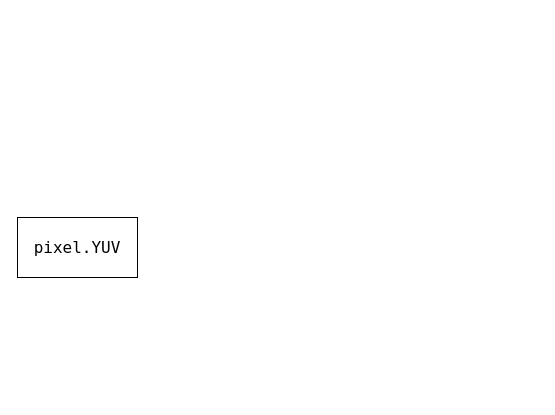
Earlier version of the draw.io diagram XML/ZTE_VCM_SR.drawio (Joeyrr/draw.io). Source tidied: cells renumbered, new cells numbered last; positions are measured from the earlier drawing's top-left corner, leaving out a move shared by most shapes. Both pictures are drawn from the tidied source at 100%, with x=0, y=0 at pixel (17, 217).
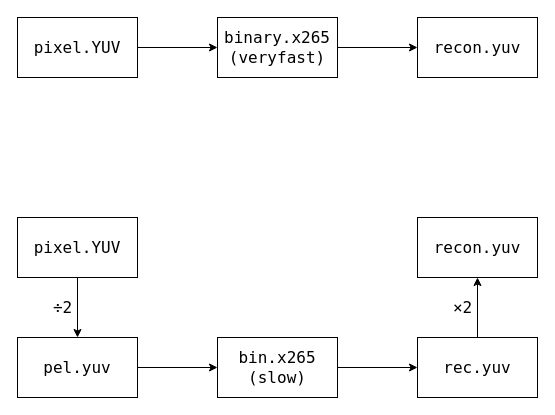
Above is the later version.

What changed in the source:
```diff
@@
 <mxGraphModel>
   <root>
     <mxCell id="0" />
     <mxCell id="1" parent="0" />
+    <mxCell id="3" style="edgeStyle=orthogonalEdgeStyle;rounded=0;jettySize=auto;html=1;fontFamily=Lucida Console;fontSize=16;" parent="1" edge="1" source="2" target="5">
+      <mxGeometry relative="1" as="geometry" />
+    </mxCell>
     <mxCell id="2" value="pixel.YUV" style="rounded=0;whiteSpace=wrap;html=1;fontSize=16;fontFamily=Lucida Console;" parent="1" vertex="1">
       <mxGeometry width="120" height="60" as="geometry" />
     </mxCell>
+    <mxCell id="4" style="edgeStyle=orthogonalEdgeStyle;rounded=0;jettySize=auto;html=1;fontFamily=Lucida Console;fontSize=16;" parent="1" edge="1" source="5" target="13">
+      <mxGeometry relative="1" as="geometry" />
+    </mxCell>
+    <mxCell id="5" value="pel.yuv" style="whiteSpace=wrap;html=1;fontSize=16;fontFamily=Lucida Console;rounded=0;" parent="1" vertex="1">
+      <mxGeometry y="120" width="120" height="60" as="geometry" />
+    </mxCell>
+    <mxCell id="6" value="÷2" style="text;html=1;align=center;verticalAlign=middle;strokeColor=none;fillColor=none;fontSize=16;fontFamily=Lucida Console;" parent="1" vertex="1">
+      <mxGeometry x="30" y="80" width="30" height="20" as="geometry" />
+    </mxCell>
+    <mxCell id="7" style="edgeStyle=orthogonalEdgeStyle;rounded=0;jettySize=auto;html=1;fontFamily=Lucida Console;fontSize=16;" parent="1" edge="1" source="8" target="10">
+      <mxGeometry relative="1" as="geometry" />
+    </mxCell>
+    <mxCell id="8" value="pixel.YUV" style="rounded=0;whiteSpace=wrap;html=1;fontSize=16;fontFamily=Lucida Console;" parent="1" vertex="1">
+      <mxGeometry y="-200" width="120" height="60" as="geometry" />
+    </mxCell>
+    <mxCell id="9" style="edgeStyle=orthogonalEdgeStyle;rounded=0;jettySize=auto;html=1;fontFamily=Lucida Console;fontSize=16;" parent="1" edge="1" source="10" target="11">
+      <mxGeometry relative="1" as="geometry" />
+    </mxCell>
+    <mxCell id="10" value="binary.x265&lt;br&gt;(veryfast)" style="whiteSpace=wrap;html=1;fontSize=16;fontFamily=Lucida Console;rounded=0;" parent="1" vertex="1">
+      <mxGeometry x="200" y="-200" width="120" height="60" as="geometry" />
+    </mxCell>
+    <mxCell id="11" value="recon.yuv" style="whiteSpace=wrap;html=1;fontSize=16;fontFamily=Lucida Console;rounded=0;" parent="1" vertex="1">
+      <mxGeometry x="400" y="-200" width="120" height="60" as="geometry" />
+    </mxCell>
+    <mxCell id="12" style="edgeStyle=orthogonalEdgeStyle;rounded=0;jettySize=auto;html=1;fontFamily=Lucida Console;fontSize=16;" parent="1" edge="1" source="13" target="15">
+      <mxGeometry relative="1" as="geometry" />
+    </mxCell>
+    <mxCell id="13" value="bin.x265&lt;br&gt;(slow)" style="whiteSpace=wrap;html=1;fontSize=16;fontFamily=Lucida Console;rounded=0;" parent="1" vertex="1">
+      <mxGeometry x="200" y="120" width="120" height="60" as="geometry" />
+    </mxCell>
+    <mxCell id="14" style="edgeStyle=orthogonalEdgeStyle;rounded=0;jettySize=auto;html=1;fontFamily=Lucida Console;fontSize=16;" parent="1" edge="1" source="15" target="16">
+      <mxGeometry relative="1" as="geometry" />
+    </mxCell>
+    <mxCell id="15" value="rec.yuv" style="whiteSpace=wrap;html=1;fontSize=16;fontFamily=Lucida Console;rounded=0;" parent="1" vertex="1">
+      <mxGeometry x="400" y="120" width="120" height="60" as="geometry" />
+    </mxCell>
+    <mxCell id="16" value="recon.yuv" style="whiteSpace=wrap;html=1;fontSize=16;fontFamily=Lucida Console;rounded=0;" parent="1" vertex="1">
+      <mxGeometry x="400" width="120" height="60" as="geometry" />
+    </mxCell>
+    <mxCell id="17" value="×2" style="text;html=1;align=center;verticalAlign=middle;strokeColor=none;fillColor=none;fontSize=16;fontFamily=Lucida Console;" parent="1" vertex="1">
+      <mxGeometry x="430" y="80" width="30" height="20" as="geometry" />
+    </mxCell>
   </root>
 </mxGraphModel>
```
